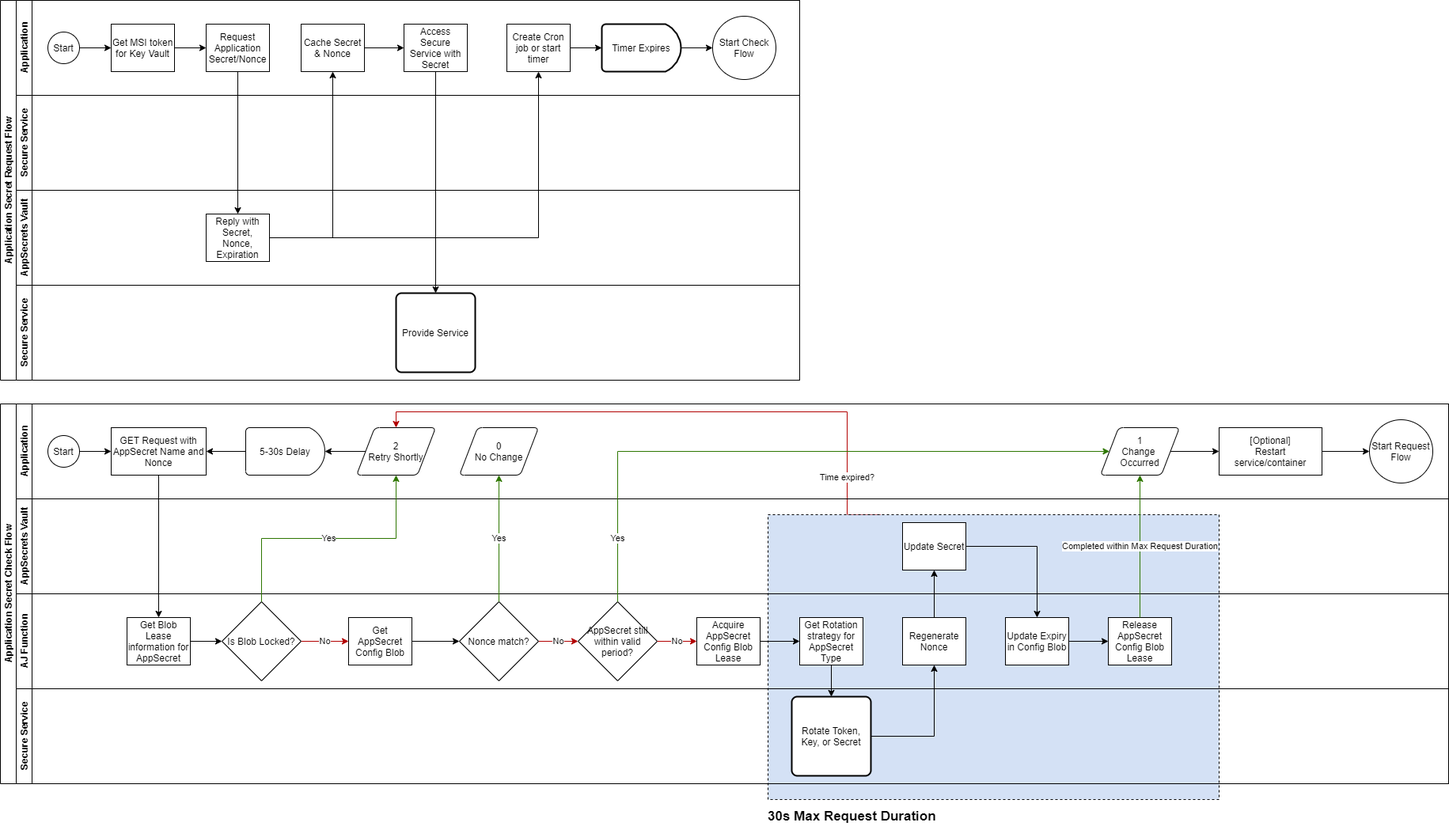
Above: AuthJanitorWorkflow.png in anthturner/AuthJanitor (draw.io), before the change. Source tidied: cells renumbered, new cells last; positions are measured from the earlier drawing's top-left corner, leaving out a move shared by most shapes.
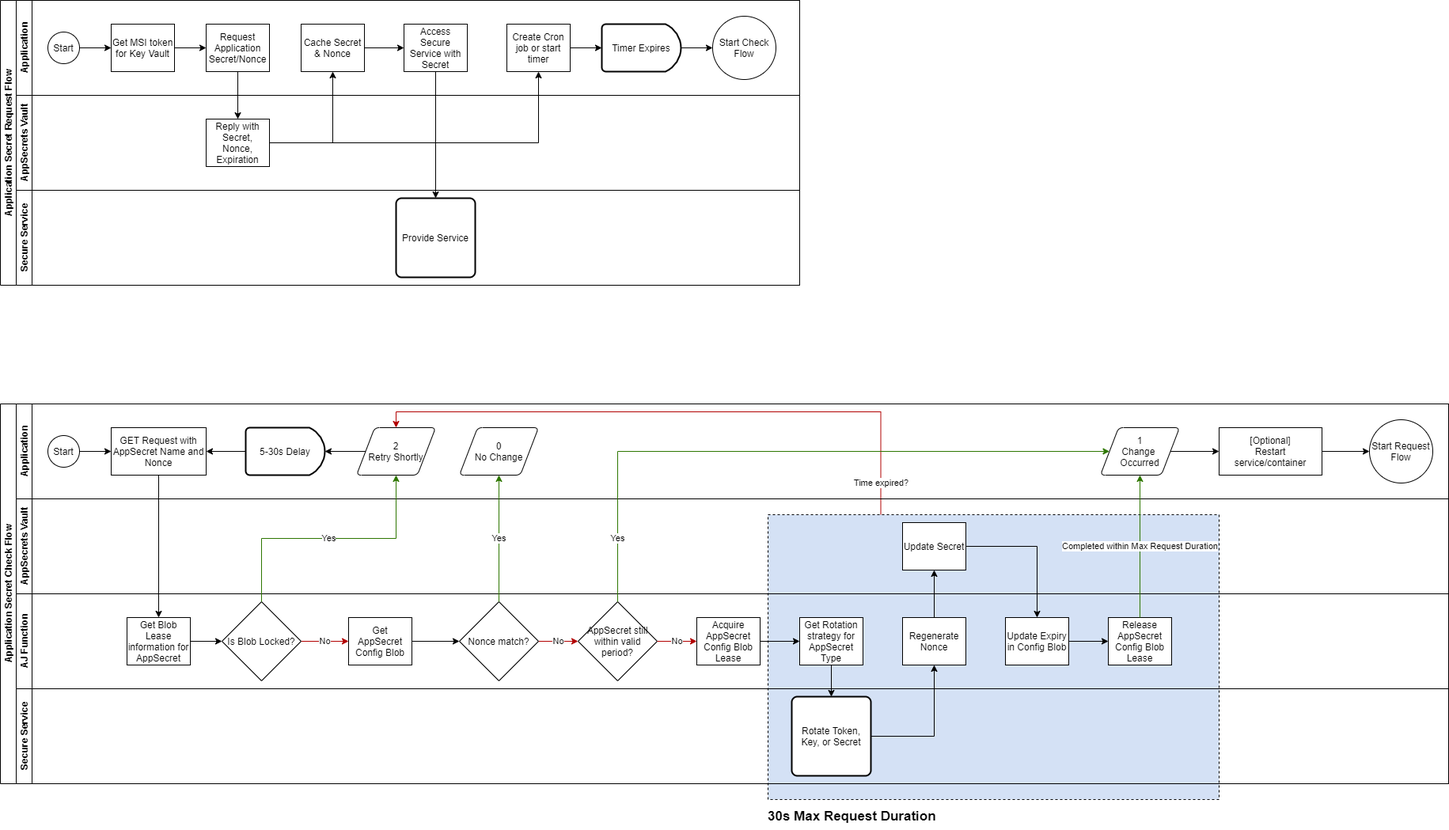
The same file after the commit.

Commit message:
Fix workflow diagram

Diff of the diagram source:
```diff
@@ -3,9 +3,9 @@
     <mxCell id="0" />
     <mxCell id="1" parent="0" />
     <mxCell id="2" value="Time expired?" style="edgeStyle=orthogonalEdgeStyle;rounded=0;jettySize=auto;html=1;fontSize=11;entryX=0.5;entryY=0;entryDx=0;entryDy=0;exitX=0.25;exitY=0;exitDx=0;exitDy=0;fillColor=#e51400;strokeColor=#B20000;" parent="1" edge="1" source="3" target="34">
-      <mxGeometry x="-0.77" relative="1" as="geometry">
+      <mxGeometry x="-0.9" relative="1" as="geometry">
         <Array as="points">
-          <mxPoint x="1070" y="520" />
+          <mxPoint x="1113" y="520" />
           <mxPoint x="500" y="520" />
         </Array>
       </mxGeometry>
@@ -14,7 +14,7 @@
       <mxGeometry x="970" y="650" width="570" height="360" as="geometry" />
     </mxCell>
     <mxCell id="4" value="Application Secret Request Flow" style="swimlane;html=1;horizontal=0;startSize=20;" parent="1" vertex="1">
-      <mxGeometry width="1010" height="480" as="geometry" />
+      <mxGeometry width="1010" height="360" as="geometry" />
     </mxCell>
     <mxCell id="5" value="Application" style="swimlane;html=1;startSize=20;horizontal=0;" parent="4" vertex="1">
       <mxGeometry x="20" width="990" height="120" as="geometry" />
@@ -60,11 +60,8 @@
     <mxCell id="18" value="Access Secure Service with Secret" style="rounded=0;whiteSpace=wrap;html=1;fontFamily=Helvetica;fontSize=12;fontColor=#000000;align=center;" parent="5" vertex="1">
       <mxGeometry x="490" y="30" width="80" height="60" as="geometry" />
     </mxCell>
-    <mxCell id="19" value="Secure Service" style="swimlane;html=1;startSize=20;horizontal=0;" parent="4" vertex="1">
-      <mxGeometry x="20" y="120" width="990" height="120" as="geometry" />
-    </mxCell>
     <mxCell id="20" value="AppSecrets&amp;nbsp;Vault" style="swimlane;html=1;startSize=20;horizontal=0;" parent="4" vertex="1">
-      <mxGeometry x="20" y="240" width="990" height="120" as="geometry" />
+      <mxGeometry x="20" y="120" width="990" height="120" as="geometry" />
     </mxCell>
     <mxCell id="21" value="Reply with Secret, Nonce, Expiration" style="rounded=0;whiteSpace=wrap;html=1;fontFamily=Helvetica;fontSize=12;fontColor=#000000;align=center;" parent="20" vertex="1">
       <mxGeometry x="240" y="30" width="80" height="60" as="geometry" />
@@ -79,7 +76,7 @@
       <mxGeometry relative="1" as="geometry" />
     </mxCell>
     <mxCell id="25" value="Secure Service" style="swimlane;html=1;startSize=20;horizontal=0;" parent="4" vertex="1">
-      <mxGeometry x="20" y="360" width="990" height="120" as="geometry" />
+      <mxGeometry x="20" y="240" width="990" height="120" as="geometry" />
     </mxCell>
     <mxCell id="26" value="Provide Service" style="rounded=1;whiteSpace=wrap;html=1;absoluteArcSize=1;arcSize=14;strokeWidth=2;shadow=0;comic=0;" parent="25" vertex="1">
       <mxGeometry x="480" y="10" width="100" height="100" as="geometry" />
@@ -111,7 +108,7 @@
     <mxCell id="35" style="edgeStyle=orthogonalEdgeStyle;rounded=0;jettySize=auto;html=1;" parent="29" edge="1" source="36" target="32">
       <mxGeometry relative="1" as="geometry" />
     </mxCell>
-    <mxCell id="36" value="5-30s Delay" style="strokeWidth=1;html=1;shape=mxgraph.flowchart.delay;whiteSpace=wrap;rounded=0;shadow=0;comic=0;" parent="29" vertex="1">
+    <mxCell id="36" value="5-30s Delay" style="strokeWidth=2;html=1;shape=mxgraph.flowchart.delay;whiteSpace=wrap;rounded=0;shadow=0;comic=0;" parent="29" vertex="1">
       <mxGeometry x="290" y="30" width="100" height="60" as="geometry" />
     </mxCell>
     <mxCell id="37" value="0&lt;br&gt;No Change" style="shape=parallelogram;html=1;strokeWidth=1;perimeter=parallelogramPerimeter;whiteSpace=wrap;rounded=1;arcSize=12;size=0.23;shadow=0;comic=0;" parent="29" vertex="1">
```
